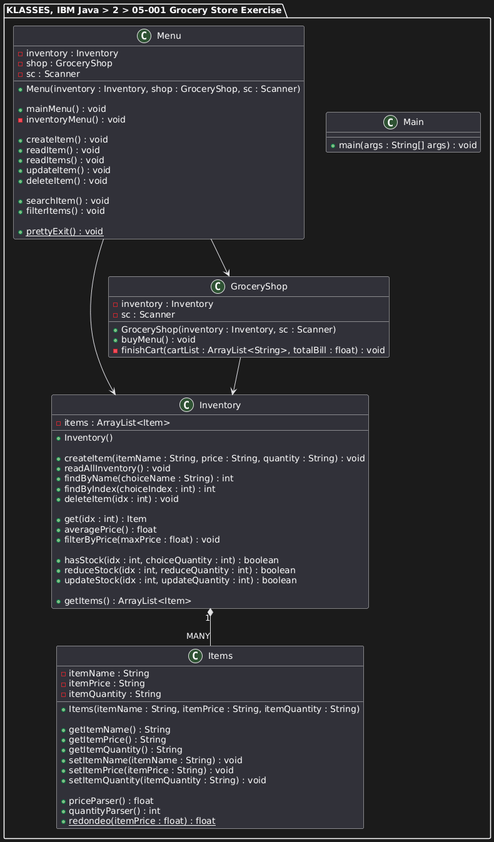
alexandrglm/IBM_Java_Certification_EXERCISE_02-05-001 keeps this PlantUML diagram as exercise/05-001_klasses_all.png. Above is the earlier version.
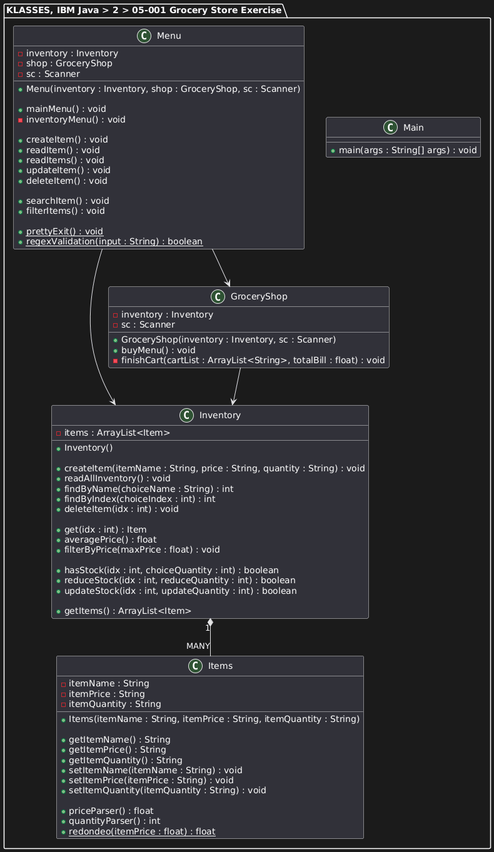
After the change.

Commit message:
Add UserDefined Exception Handlers; add regex validation for inputs; update diagrams

Change to the diagram source:
```diff
@@ -75,6 +75,7 @@
         + filterItems() : void
 
         + {static} prettyExit() : void
+        + {static} regexValidation(input : String) : boolean
     }
 
 
```
